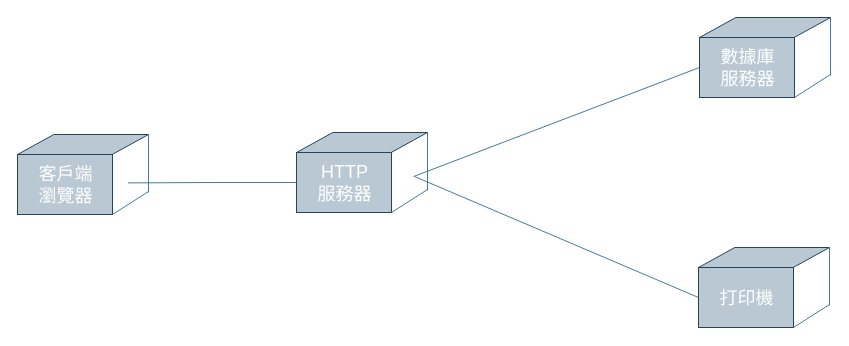
Earlier version of the draw.io diagram 6.2系統部屬圖.drawio (11024117/SE_Final-Paper). Source tidied: cells renumbered, new cells numbered last; positions are measured from the earlier drawing's top-left corner, leaving out a move shared by most shapes. Both pictures are drawn from the tidied source at 100%, with x=0, y=0 at pixel (17, 17).
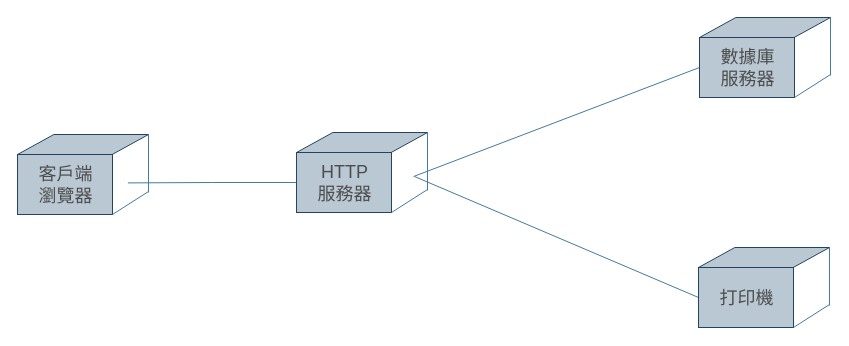
The same page after the edit.

Commit message:
更新6.2系統部屬圖.drawio

Diff of the diagram source:
```diff
@@
-    <mxCell id="6" value="&lt;font color=&quot;#ffffff&quot; style=&quot;font-size: 18px;&quot;&gt;客戶端&lt;br&gt;瀏覽器&lt;/font&gt;" style="text;html=1;align=center;verticalAlign=middle;strokeColor=none;fillColor=none;labelBackgroundColor=none;fontColor=#1D3557;" parent="1" vertex="1">
+    <mxCell id="6" value="&lt;font color=&quot;#4d4d4d&quot; style=&quot;font-size: 18px;&quot;&gt;客戶端&lt;br&gt;瀏覽器&lt;/font&gt;" style="text;html=1;align=center;verticalAlign=middle;strokeColor=none;fillColor=none;labelBackgroundColor=none;fontColor=#1D3557;" parent="1" vertex="1">
       <mxGeometry x="11.5" y="140" width="72" height="55" as="geometry" />
     </mxCell>
@@
-    <mxCell id="12" value="&lt;font color=&quot;#ffffff&quot; style=&quot;font-size: 18px;&quot;&gt;HTTP&lt;br&gt;服務器&lt;/font&gt;" style="text;html=1;align=center;verticalAlign=middle;strokeColor=none;fillColor=none;labelBackgroundColor=none;fontColor=#1D3557;" parent="1" vertex="1">
+    <mxCell id="12" value="&lt;font color=&quot;#4d4d4d&quot; style=&quot;font-size: 18px;&quot;&gt;HTTP&lt;br&gt;服務器&lt;/font&gt;" style="text;html=1;align=center;verticalAlign=middle;strokeColor=none;fillColor=none;labelBackgroundColor=none;fontColor=#1D3557;" parent="1" vertex="1">
       <mxGeometry x="290.5" y="138" width="72" height="55" as="geometry" />
     </mxCell>
@@
-    <mxCell id="18" value="&lt;font color=&quot;#ffffff&quot; style=&quot;font-size: 18px;&quot;&gt;數據庫&lt;br&gt;服務器&lt;/font&gt;" style="text;html=1;align=center;verticalAlign=middle;strokeColor=none;fillColor=none;labelBackgroundColor=none;fontColor=#1D3557;" parent="1" vertex="1">
+    <mxCell id="18" value="&lt;font color=&quot;#4d4d4d&quot; style=&quot;font-size: 18px;&quot;&gt;數據庫&lt;br&gt;服務器&lt;/font&gt;" style="text;html=1;align=center;verticalAlign=middle;strokeColor=none;fillColor=none;labelBackgroundColor=none;fontColor=#1D3557;" parent="1" vertex="1">
       <mxGeometry x="693.5" y="23" width="72" height="55" as="geometry" />
     </mxCell>
@@
-    <mxCell id="24" value="&lt;span style=&quot;font-size: 18px;&quot;&gt;&lt;font color=&quot;#ffffff&quot;&gt;打印機&lt;/font&gt;&lt;/span&gt;" style="text;html=1;align=center;verticalAlign=middle;strokeColor=none;fillColor=none;labelBackgroundColor=none;fontColor=#1D3557;" parent="1" vertex="1">
+    <mxCell id="24" value="&lt;span style=&quot;font-size: 18px;&quot;&gt;&lt;font color=&quot;#4d4d4d&quot;&gt;打印機&lt;/font&gt;&lt;/span&gt;" style="text;html=1;align=center;verticalAlign=middle;strokeColor=none;fillColor=none;labelBackgroundColor=none;fontColor=#1D3557;" parent="1" vertex="1">
       <mxGeometry x="692.5" y="264" width="72" height="34" as="geometry" />
     </mxCell>
```
